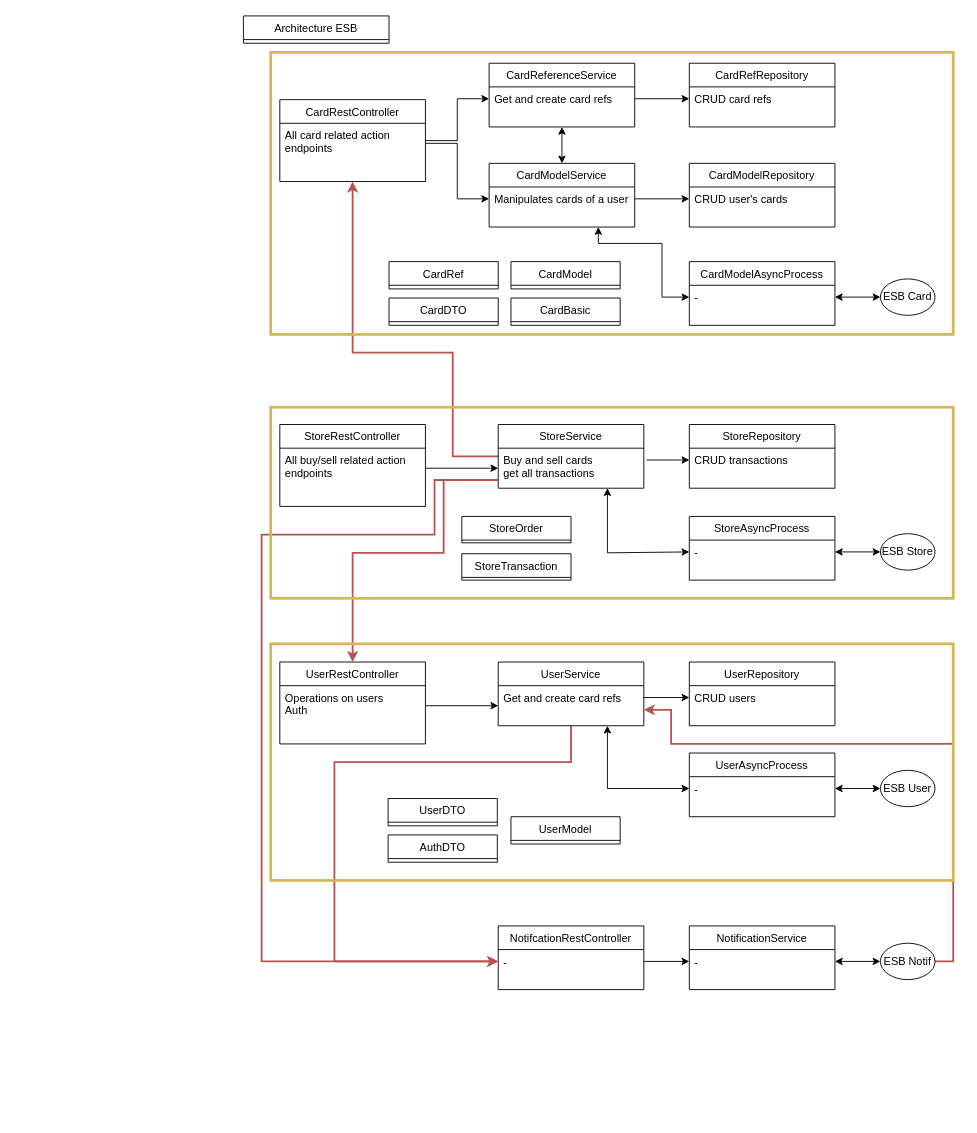
guillaume-oo/asi2-card-trading-game keeps this draw.io diagram as page "Page-2" (2 of 2) of Untitled Diagram.drawio. Above is the earlier version. Source tidied: cells renumbered, new cells numbered last; positions are measured from the earlier drawing's top-left corner, leaving out a move shared by most shapes. Both pictures are drawn from the tidied source at 91%, with x=0, y=0 at pixel (243, 15).
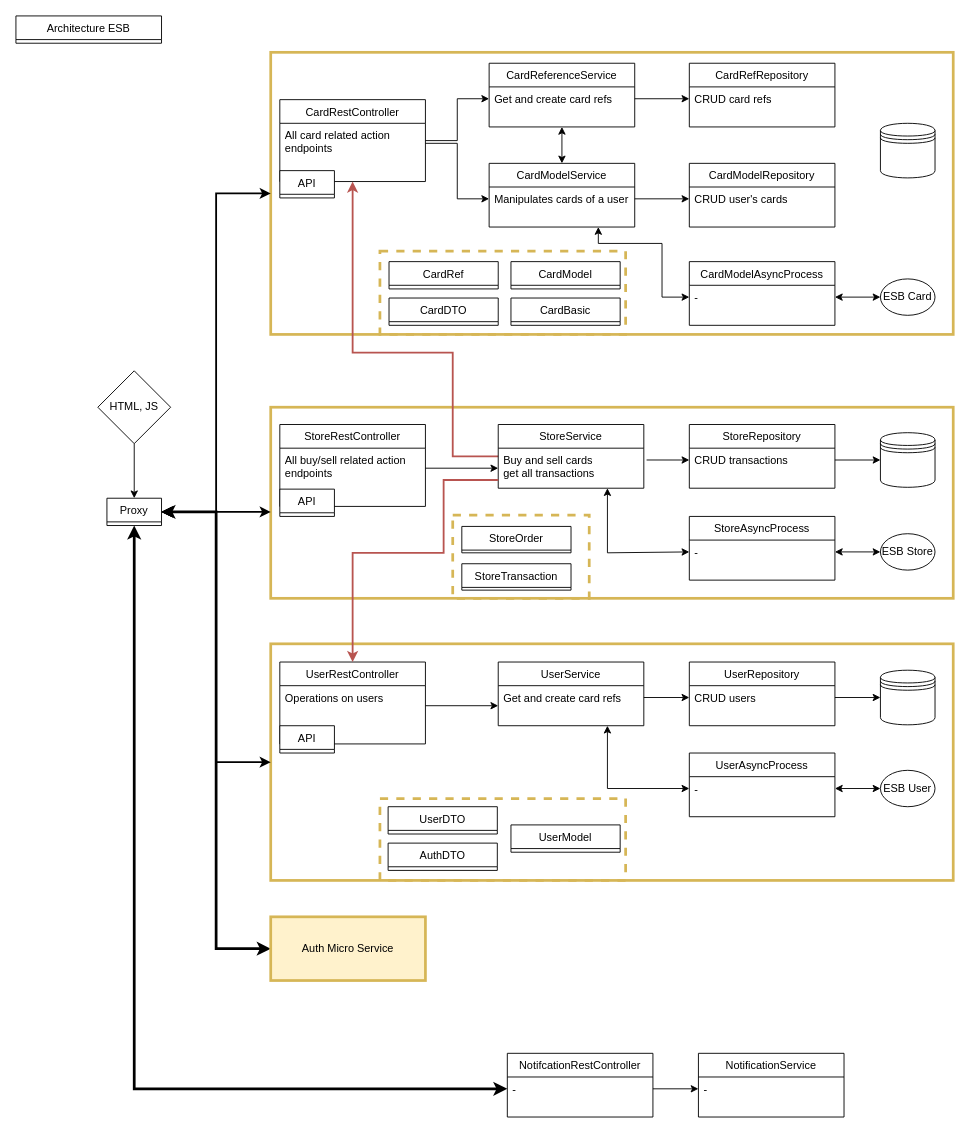
The same diagram, later.

Commit message:
Update ESB archi

Unchanged cells that the change refers to:
```xml
<mxCell id="20" value="CRUD transactions" style="text;align=left;verticalAlign=top;spacingLeft=4;spacingRight=4;overflow=hidden;points=[[0,0.5],[1,0.5]];portConstraint=eastwest;" parent="19" vertex="1">
  <mxGeometry y="26" width="160" height="26" as="geometry" />
</mxCell>
<mxCell id="24" value="Buy and sell cards&#10;get all transactions" style="text;align=left;verticalAlign=top;spacingLeft=4;spacingRight=4;overflow=hidden;points=[[0,0.5],[1,0.5]];portConstraint=eastwest;" parent="23" vertex="1">
  <mxGeometry y="26" width="160" height="44" as="geometry" />
</mxCell>
<mxCell id="30" value="CRUD users" style="text;align=left;verticalAlign=top;spacingLeft=4;spacingRight=4;overflow=hidden;points=[[0,0.5],[1,0.5]];portConstraint=eastwest;" parent="29" vertex="1">
  <mxGeometry y="26" width="160" height="26" as="geometry" />
</mxCell>
<mxCell id="33" value="UserService" style="swimlane;fontStyle=0;align=center;verticalAlign=top;horizontal=1;startSize=26;rounded=0;shadow=0;strokeWidth=1;" parent="1" vertex="1">
  <mxGeometry x="280" y="710" width="160" height="70" as="geometry" />
</mxCell>
<mxCell id="35" value="UserRestController" style="swimlane;fontStyle=0;align=center;verticalAlign=top;horizontal=1;startSize=26;rounded=0;shadow=0;strokeWidth=1;" parent="1" vertex="1">
  <mxGeometry x="40" y="710" width="160" height="90" as="geometry" />
</mxCell>
<mxCell id="61" value="-" style="text;align=left;verticalAlign=top;spacingLeft=4;spacingRight=4;overflow=hidden;points=[[0,0.5],[1,0.5]];portConstraint=eastwest;" parent="60" vertex="1">
  <mxGeometry y="26" width="160" height="26" as="geometry" />
</mxCell>
<mxCell id="63" value="-" style="text;align=left;verticalAlign=top;spacingLeft=4;spacingRight=4;overflow=hidden;points=[[0,0.5],[1,0.5]];portConstraint=eastwest;" parent="62" vertex="1">
  <mxGeometry y="26" width="160" height="26" as="geometry" />
</mxCell>
```

What changed in the source:
```diff
@@
+    <mxCell id="72" style="rounded=0;whiteSpace=wrap;html=1;fillStyle=solid;fillColor=none;strokeColor=#d6b656;strokeWidth=3;" parent="1" vertex="1">
+      <mxGeometry x="30" y="690" width="750" height="260" as="geometry" />
+    </mxCell>
+    <mxCell id="73" style="rounded=0;whiteSpace=wrap;html=1;dashed=1;fillStyle=solid;strokeWidth=3;fillColor=none;strokeColor=#d6b656;" parent="1" vertex="1">
+      <mxGeometry x="150" y="860" width="270" height="90" as="geometry" />
+    </mxCell>
+    <mxCell id="74" style="rounded=0;whiteSpace=wrap;html=1;fillStyle=solid;strokeWidth=3;fillColor=none;strokeColor=#d6b656;dashed=1;" parent="1" vertex="1">
+      <mxGeometry x="150" y="258.5" width="270" height="91.5" as="geometry" />
+    </mxCell>
+    <mxCell id="75" style="rounded=0;whiteSpace=wrap;html=1;fillStyle=solid;strokeWidth=3;fillColor=none;strokeColor=#d6b656;dashed=1;" parent="1" vertex="1">
+      <mxGeometry x="230" y="548.5" width="150" height="91.5" as="geometry" />
+    </mxCell>
+    <mxCell id="71" style="rounded=0;whiteSpace=wrap;html=1;fillStyle=solid;fillColor=none;strokeColor=#d6b656;strokeWidth=3;" parent="1" vertex="1">
+      <mxGeometry x="30" y="430" width="750" height="210" as="geometry" />
+    </mxCell>
+    <mxCell id="70" style="rounded=0;whiteSpace=wrap;html=1;fillStyle=solid;fillColor=none;strokeColor=#d6b656;strokeWidth=3;" parent="1" vertex="1">
+      <mxGeometry x="30" y="40" width="750" height="310" as="geometry" />
+    </mxCell>
@@
     <mxCell id="10" value="Architecture ESB" style="swimlane;fontStyle=0;align=center;verticalAlign=top;horizontal=1;startSize=26;rounded=0;shadow=0;strokeWidth=1;" parent="1" vertex="1">
-      <mxGeometry width="160" height="30" as="geometry" />
+      <mxGeometry x="-250" width="160" height="30" as="geometry" />
     </mxCell>
@@
-    <mxCell id="32" style="edgeStyle=orthogonalEdgeStyle;rounded=0;jettySize=auto;html=1;entryX=0;entryY=0.5;entryDx=0;entryDy=0;strokeWidth=2;startArrow=none;startFill=0;fillColor=#f8cecc;strokeColor=#b85450;" parent="1" edge="1" source="33" target="61">
-      <mxGeometry relative="1" as="geometry">
-        <Array as="points">
-          <mxPoint x="360" y="820" />
-          <mxPoint x="100" y="820" />
-          <mxPoint x="100" y="1039" />
-        </Array>
-      </mxGeometry>
-    </mxCell>
@@
-    <mxCell id="36" value="Operations on users&#10;Auth" style="text;align=left;verticalAlign=top;spacingLeft=4;spacingRight=4;overflow=hidden;points=[[0,0.5],[1,0.5]];portConstraint=eastwest;whiteSpace=wrap;" parent="35" vertex="1">
+    <mxCell id="36" value="Operations on users" style="text;align=left;verticalAlign=top;spacingLeft=4;spacingRight=4;overflow=hidden;points=[[0,0.5],[1,0.5]];portConstraint=eastwest;whiteSpace=wrap;" parent="35" vertex="1">
       <mxGeometry y="26" width="160" height="44" as="geometry" />
     </mxCell>
@@
     <mxCell id="39" value="UserDTO" style="swimlane;fontStyle=0;align=center;verticalAlign=top;horizontal=1;startSize=26;rounded=0;shadow=0;strokeWidth=1;" parent="1" vertex="1">
-      <mxGeometry x="159" y="860" width="120" height="30" as="geometry" />
+      <mxGeometry x="159" y="869" width="120" height="30" as="geometry" />
     </mxCell>
     <mxCell id="40" value="StoreOrder" style="swimlane;fontStyle=0;align=center;verticalAlign=top;horizontal=1;startSize=26;rounded=0;shadow=0;strokeWidth=1;" parent="1" vertex="1">
-      <mxGeometry x="240" y="550" width="120" height="29" as="geometry" />
+      <mxGeometry x="240" y="561" width="120" height="29" as="geometry" />
     </mxCell>
     <mxCell id="41" value="StoreTransaction" style="swimlane;fontStyle=0;align=center;verticalAlign=top;horizontal=1;startSize=26;rounded=0;shadow=0;strokeWidth=1;" parent="1" vertex="1">
-      <mxGeometry x="240" y="591" width="120" height="29" as="geometry" />
+      <mxGeometry x="240" y="602" width="120" height="29" as="geometry" />
     </mxCell>
     <mxCell id="42" value="UserModel" style="swimlane;fontStyle=0;align=center;verticalAlign=top;horizontal=1;startSize=26;rounded=0;shadow=0;strokeWidth=1;" parent="1" vertex="1">
-      <mxGeometry x="294" y="880" width="120" height="30" as="geometry" />
+      <mxGeometry x="294" y="889" width="120" height="30" as="geometry" />
     </mxCell>
     <mxCell id="43" value="AuthDTO" style="swimlane;fontStyle=0;align=center;verticalAlign=top;horizontal=1;startSize=26;rounded=0;shadow=0;strokeWidth=1;" parent="1" vertex="1">
-      <mxGeometry x="159" y="900" width="120" height="30" as="geometry" />
+      <mxGeometry x="159" y="909" width="120" height="30" as="geometry" />
     </mxCell>
@@
     <mxCell id="60" value="NotifcationRestController" style="swimlane;fontStyle=0;align=center;verticalAlign=top;horizontal=1;startSize=26;rounded=0;shadow=0;strokeWidth=1;" parent="1" vertex="1">
-      <mxGeometry x="280" y="1000" width="160" height="70" as="geometry" />
+      <mxGeometry x="290" y="1140" width="160" height="70" as="geometry" />
     </mxCell>
@@
     <mxCell id="62" value="NotificationService" style="swimlane;fontStyle=0;align=center;verticalAlign=top;horizontal=1;startSize=26;rounded=0;shadow=0;strokeWidth=1;" parent="1" vertex="1">
-      <mxGeometry x="490" y="1000" width="160" height="70" as="geometry" />
+      <mxGeometry x="500" y="1140" width="160" height="70" as="geometry" />
     </mxCell>
@@
-    <mxCell id="64" style="edgeStyle=orthogonalEdgeStyle;rounded=0;jettySize=auto;html=1;entryX=1;entryY=0.75;entryDx=0;entryDy=0;strokeWidth=2;startArrow=none;startFill=0;fillColor=#f8cecc;strokeColor=#b85450;" parent="1" edge="1" source="65" target="33">
-      <mxGeometry relative="1" as="geometry">
-        <Array as="points">
-          <mxPoint x="780" y="1039" />
-          <mxPoint x="780" y="800" />
-          <mxPoint x="470" y="800" />
-          <mxPoint x="470" y="763" />
-        </Array>
-      </mxGeometry>
-    </mxCell>
-    <mxCell id="65" value="ESB Notif" style="ellipse;whiteSpace=wrap;html=1;" parent="1" vertex="1">
-      <mxGeometry x="700" y="1019" width="60" height="40" as="geometry" />
-    </mxCell>
-    <mxCell id="66" style="edgeStyle=orthogonalEdgeStyle;rounded=0;jettySize=auto;html=1;exitX=1;exitY=0.5;exitDx=0;exitDy=0;entryX=0;entryY=0.5;entryDx=0;entryDy=0;startArrow=classic;startFill=1;" parent="1" edge="1" source="63" target="65">
-      <mxGeometry relative="1" as="geometry" />
-    </mxCell>
@@
-    <mxCell id="69" style="edgeStyle=orthogonalEdgeStyle;rounded=0;jettySize=auto;html=1;startArrow=none;startFill=0;fillColor=#f8cecc;strokeColor=#b85450;strokeWidth=2;" parent="1" edge="1" source="24" target="61">
-      <mxGeometry relative="1" as="geometry">
-        <Array as="points">
-          <mxPoint x="210" y="510" />
-          <mxPoint x="210" y="570" />
-          <mxPoint x="20" y="570" />
-          <mxPoint x="20" y="1039" />
-        </Array>
-      </mxGeometry>
-    </mxCell>
-    <mxCell id="70" style="rounded=0;whiteSpace=wrap;html=1;fillStyle=solid;fillColor=none;strokeColor=#d6b656;strokeWidth=3;" parent="1" vertex="1">
-      <mxGeometry x="30" y="40" width="750" height="310" as="geometry" />
-    </mxCell>
-    <mxCell id="71" style="rounded=0;whiteSpace=wrap;html=1;fillStyle=solid;fillColor=none;strokeColor=#d6b656;strokeWidth=3;" parent="1" vertex="1">
-      <mxGeometry x="30" y="430" width="750" height="210" as="geometry" />
-    </mxCell>
-    <mxCell id="72" style="rounded=0;whiteSpace=wrap;html=1;fillStyle=solid;fillColor=none;strokeColor=#d6b656;strokeWidth=3;" parent="1" vertex="1">
-      <mxGeometry x="30" y="690" width="750" height="260" as="geometry" />
-    </mxCell>
+    <mxCell id="76" value="API" style="swimlane;fontStyle=0;align=center;verticalAlign=top;horizontal=1;startSize=26;rounded=0;shadow=0;strokeWidth=1;" parent="1" vertex="1">
+      <mxGeometry x="40" y="170" width="60" height="30" as="geometry" />
+    </mxCell>
+    <mxCell id="77" value="API" style="swimlane;fontStyle=0;align=center;verticalAlign=top;horizontal=1;startSize=26;rounded=0;shadow=0;strokeWidth=1;" parent="1" vertex="1">
+      <mxGeometry x="40" y="520" width="60" height="30" as="geometry" />
+    </mxCell>
+    <mxCell id="78" value="API" style="swimlane;fontStyle=0;align=center;verticalAlign=top;horizontal=1;startSize=26;rounded=0;shadow=0;strokeWidth=1;" parent="1" vertex="1">
+      <mxGeometry x="40" y="780" width="60" height="30" as="geometry" />
+    </mxCell>
+    <mxCell id="79" style="edgeStyle=orthogonalEdgeStyle;rounded=0;jettySize=auto;html=1;entryX=0;entryY=0.5;entryDx=0;entryDy=0;strokeWidth=2;startArrow=classic;startFill=1;" parent="1" edge="1" source="84" target="70">
+      <mxGeometry relative="1" as="geometry" />
+    </mxCell>
+    <mxCell id="80" style="edgeStyle=orthogonalEdgeStyle;rounded=0;jettySize=auto;html=1;entryX=0;entryY=0.548;entryDx=0;entryDy=0;entryPerimeter=0;strokeWidth=2;startArrow=classic;startFill=1;" parent="1" edge="1" source="84" target="71">
+      <mxGeometry relative="1" as="geometry" />
+    </mxCell>
+    <mxCell id="81" style="edgeStyle=orthogonalEdgeStyle;rounded=0;jettySize=auto;html=1;entryX=0;entryY=0.5;entryDx=0;entryDy=0;strokeWidth=2;startArrow=classic;startFill=1;" parent="1" edge="1" source="84" target="72">
+      <mxGeometry relative="1" as="geometry" />
+    </mxCell>
+    <mxCell id="82" style="edgeStyle=orthogonalEdgeStyle;rounded=0;jettySize=auto;html=1;entryX=0;entryY=0.5;entryDx=0;entryDy=0;strokeWidth=3;startArrow=classic;startFill=1;" parent="1" edge="1" source="84" target="61">
+      <mxGeometry relative="1" as="geometry" />
+    </mxCell>
+    <mxCell id="83" style="edgeStyle=orthogonalEdgeStyle;rounded=0;jettySize=auto;html=1;entryX=0;entryY=0.5;entryDx=0;entryDy=0;strokeWidth=3;startArrow=classic;startFill=1;" parent="1" edge="1" source="84" target="92">
+      <mxGeometry relative="1" as="geometry" />
+    </mxCell>
+    <mxCell id="84" value="Proxy" style="swimlane;fontStyle=0;align=center;verticalAlign=top;horizontal=1;startSize=26;rounded=0;shadow=0;strokeWidth=1;" parent="1" vertex="1">
+      <mxGeometry x="-150" y="530" width="60" height="30" as="geometry" />
+    </mxCell>
+    <mxCell id="85" style="edgeStyle=orthogonalEdgeStyle;rounded=0;jettySize=auto;html=1;strokeWidth=1;startArrow=none;startFill=0;" parent="1" edge="1" source="86" target="84">
+      <mxGeometry relative="1" as="geometry" />
+    </mxCell>
+    <mxCell id="86" value="HTML, JS" style="rhombus;whiteSpace=wrap;html=1;fillStyle=solid;strokeWidth=1;fillColor=none;gradientColor=default;" parent="1" vertex="1">
+      <mxGeometry x="-160" y="390" width="80" height="80" as="geometry" />
+    </mxCell>
+    <mxCell id="87" style="shape=datastore;whiteSpace=wrap;html=1;fillStyle=solid;strokeWidth=1;fillColor=none;gradientColor=default;" parent="1" vertex="1">
+      <mxGeometry x="700" y="118" width="60" height="60" as="geometry" />
+    </mxCell>
+    <mxCell id="88" style="shape=datastore;whiteSpace=wrap;html=1;fillStyle=solid;strokeWidth=1;fillColor=none;gradientColor=default;" parent="1" vertex="1">
+      <mxGeometry x="700" y="458" width="60" height="60" as="geometry" />
+    </mxCell>
+    <mxCell id="89" style="shape=datastore;whiteSpace=wrap;html=1;fillStyle=solid;strokeWidth=1;fillColor=none;gradientColor=default;" parent="1" vertex="1">
+      <mxGeometry x="700" y="719" width="60" height="60" as="geometry" />
+    </mxCell>
+    <mxCell id="90" style="edgeStyle=orthogonalEdgeStyle;rounded=0;jettySize=auto;html=1;entryX=0;entryY=0.5;entryDx=0;entryDy=0;strokeWidth=1;startArrow=none;startFill=0;" parent="1" edge="1" source="20" target="88">
+      <mxGeometry relative="1" as="geometry" />
+    </mxCell>
+    <mxCell id="91" style="edgeStyle=orthogonalEdgeStyle;rounded=0;jettySize=auto;html=1;entryX=0;entryY=0.5;entryDx=0;entryDy=0;strokeWidth=1;startArrow=none;startFill=0;" parent="1" edge="1" source="30" target="89">
+      <mxGeometry relative="1" as="geometry" />
+    </mxCell>
+    <mxCell id="92" value="Auth Micro Service" style="rounded=0;whiteSpace=wrap;html=1;fillStyle=solid;strokeWidth=3;fillColor=#fff2cc;strokeColor=#d6b656;" parent="1" vertex="1">
+      <mxGeometry x="30" y="990" width="170" height="70" as="geometry" />
+    </mxCell>
```
